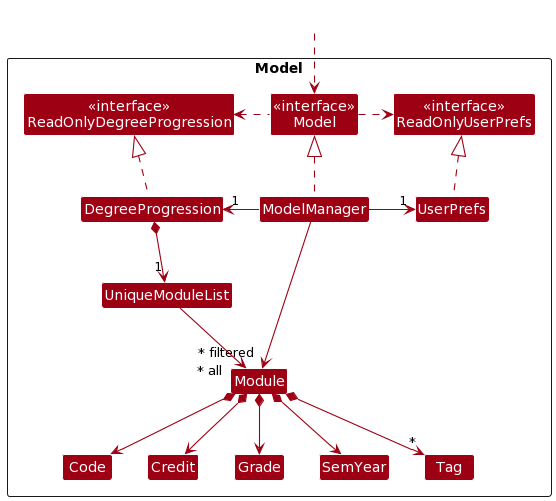
nus-cs2103-AY2223S2/tp keeps this PlantUML diagram as docs/images/ModelClassDiagram.png. Above is the earlier version.
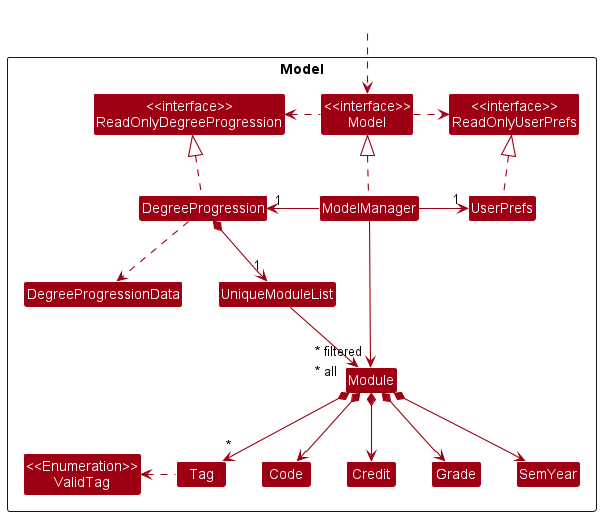
The same file after the commit.

Diff of the diagram source:
```diff
@@ -1,70 +1,5 @@
 @startuml
-!define UI_COLOR #1D8900
-!define UI_COLOR_T1 #83E769
-!define UI_COLOR_T2 #3FC71B
-!define UI_COLOR_T3 #166800
-!define UI_COLOR_T4 #0E4100
-
-!define LOGIC_COLOR #3333C4
-!define LOGIC_COLOR_T1 #C8C8FA
-!define LOGIC_COLOR_T2 #6A6ADC
-!define LOGIC_COLOR_T3 #1616B0
-!define LOGIC_COLOR_T4 #101086
-
-!define MODEL_COLOR #9D0012
-!define MODEL_COLOR_T1 #F97181
-!define MODEL_COLOR_T2 #E41F36
-!define MODEL_COLOR_T3 #7B000E
-!define MODEL_COLOR_T4 #51000A
-
-!define STORAGE_COLOR #A38300
-!define STORAGE_COLOR_T1 #FFE374
-!define STORAGE_COLOR_T2 #EDC520
-!define STORAGE_COLOR_T3 #806600
-!define STORAGE_COLOR_T2 #544400
-
-!define USER_COLOR #000000
-
-skinparam BackgroundColor #FFFFFFF
-
-skinparam Shadowing false
-
-skinparam Class {
-    FontColor #FFFFFF
-    BorderThickness 1
-    BorderColor #FFFFFF
-    StereotypeFontColor #FFFFFF
-    FontName Arial
-}
-
-skinparam Actor {
-    BorderColor USER_COLOR
-    Color USER_COLOR
-    FontName Arial
-}
-
-skinparam Sequence {
-    MessageAlign center
-    BoxFontSize 15
-    BoxPadding 0
-    BoxFontColor #FFFFFF
-    FontName Arial
-}
-
-skinparam Participant {
-    FontColor #FFFFFFF
-    Padding 20
-}
-
-skinparam MinClassWidth 50
-skinparam ParticipantPadding 10
-skinparam Shadowing false
-skinparam DefaultTextAlignment center
-skinparam packageStyle Rectangle
-
-hide footbox
-hide members
-hide circle
+!include style.puml
 skinparam arrowThickness 1.1
 skinparam arrowColor MODEL_COLOR
 skinparam classBackgroundColor MODEL_COLOR
@@ -77,6 +12,7 @@
 Class ModelManager
 Class UserPrefs
 
+Class DegreeProgressionData
 Class UniqueModuleList
 Class Module
 Class Grade
@@ -84,6 +20,7 @@
 Class Code
 Class Credit
 Class Tag
+Class "<<Enumeration>>\nValidTag" as ValidTag
 
 }
 
@@ -100,12 +37,14 @@
 UserPrefs .up.|> ReadOnlyUserPrefs
 
 DegreeProgression *--> "1" UniqueModuleList
+DegreeProgression .down.> DegreeProgressionData
 UniqueModuleList --> "~* all" Module
 Module *--> Code
 Module *--> Credit
 Module *--> SemYear
 Module *--> Grade
 Module *--> "*" Tag
+Tag .left.> ValidTag
 
 Code -[hidden]right-> Credit
 Credit -[hidden]right-> Grade
```
